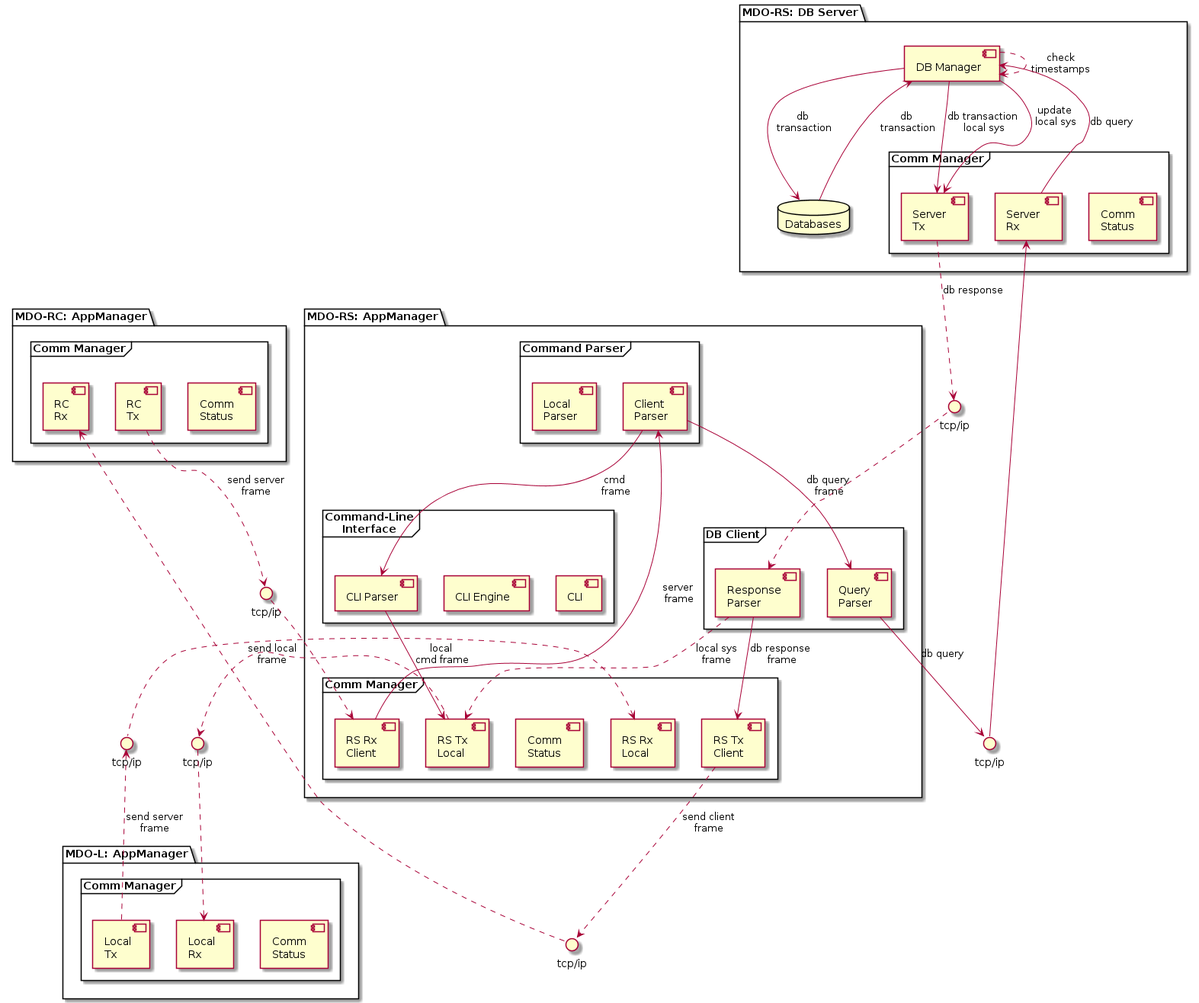
Before: Proj/diags/plantuml/component-diag/output/component-diag-rs.png, a diagram exported from PlantUML (ElectroQuanta/MDO).
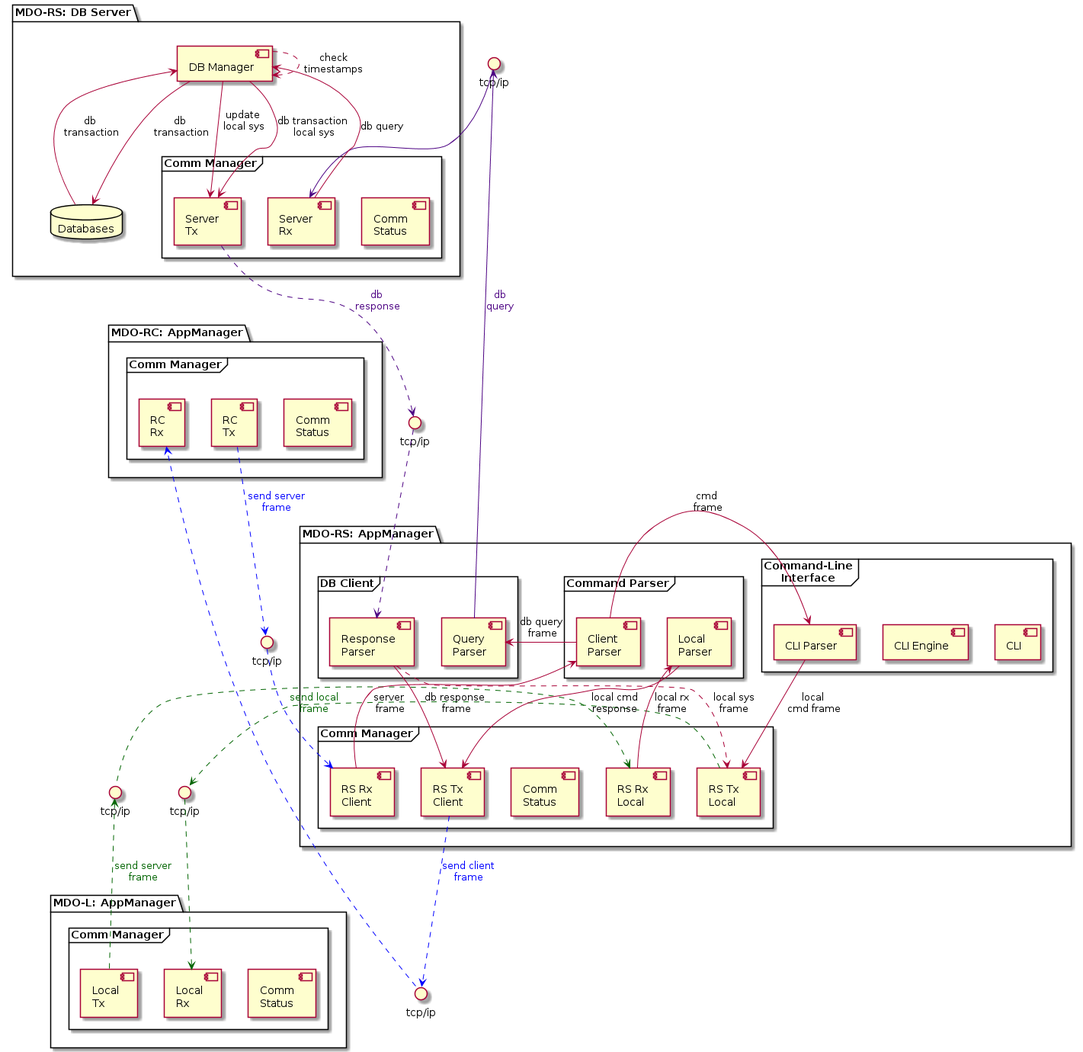
Above is the later version.

The edit, as a diff of the source:
```diff
@@ -59,18 +59,18 @@
 () "tcp/ip" as sockRS_SQL
 () "tcp/ip" as sockSQL_RS
 
-[RCT] ..> sockRC_RS: send server\nframe
-sockRC_RS ..> [RSRC]
-[RSTC] ..> sockRS_RC: send client\nframe
-sockRS_RC ..> [RCR]
-[RSTL] .r.> sockRS_L: send local\nframe
-sockRS_L .d.> [LCR]
-[LCT] .u.> sockL_RS: send server\nframe
-sockL_RS .l.> [RSRL]
-[RSQP] --> sockRS_SQL: db query
-sockRS_SQL --> [SERVRx]
-[SERVTx] ..> sockSQL_RS: db response
-sockSQL_RS ..> [RSRP]
+[RCT] ..> sockRC_RS #blue: <color:blue>send server\n<color:blue>frame
+sockRC_RS ..> [RSRC] #blue
+[RSTC] ..> sockRS_RC #blue: <color:blue>send client\n<color:blue>frame
+sockRS_RC ..> [RCR] #blue
+[RSTL] .r.> sockRS_L #darkgreen: <color:darkgreen>send local\n<color:darkgreen>frame
+sockRS_L .d.> [LCR] #darkgreen
+[LCT] .u.> sockL_RS #darkgreen: <color:darkgreen>send server\n<color:darkgreen>frame
+sockL_RS .l.> [RSRL] #darkgreen
+[RSQP] --> sockRS_SQL #indigo: <color:indigo>db\n<color:indigo>query
+sockRS_SQL --> [SERVRx] #indigo
+[SERVTx] ..> sockSQL_RS #indigo: <color:indigo>db \n<color:indigo>response
+sockSQL_RS ..> [RSRP] #indigo
 
 [RSRC] --> [RSCP]: server\n frame
 [RSCP] --> [RSQP]: db query\n frame
@@ -78,6 +78,8 @@
 [CLIP] --> [RSTL]: local \ncmd frame
 [RSRP] --> [RSTC]: db response\n frame
 [RSRP] ..> [RSTL]: local sys\nframe
+[RSRL] --> [RSLP]: local rx\nframe
+[RSLP] --> [RSTC]: local cmd\nresponse
 
 [RSDBM2] ..> [RSDBM2]: check\ntimestamps
 [SERVRx] --> [RSDBM2]: db query
```
